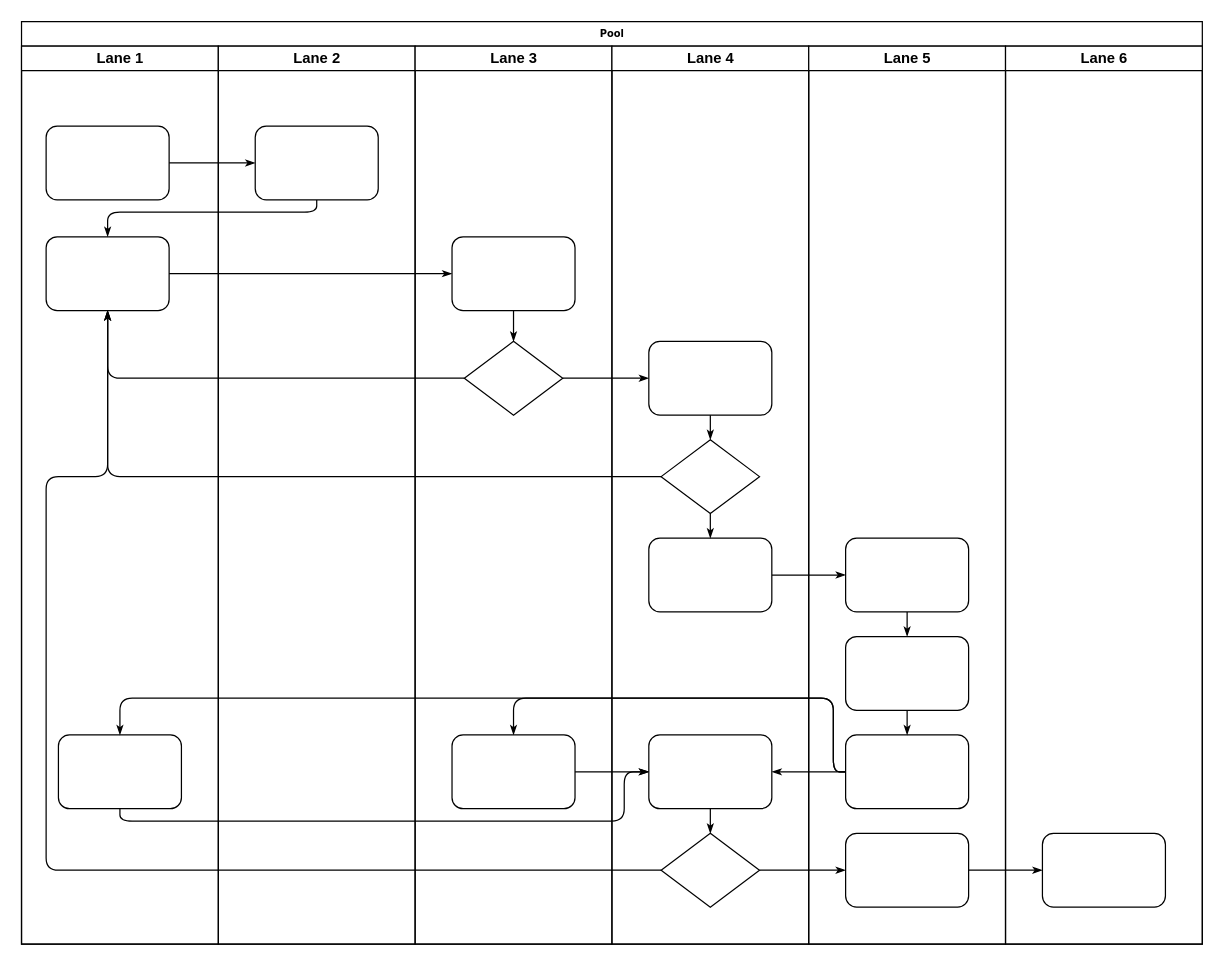
Earlier version of the draw.io diagram SIG组权限划分.drawio (Zeno-sole/drawio-file). Source tidied: cells renumbered, new cells numbered last; positions are measured from the earlier drawing's top-left corner, leaving out a move shared by most shapes. Both pictures are drawn from the tidied source at 123%, with x=0, y=0 at pixel (21, 21).
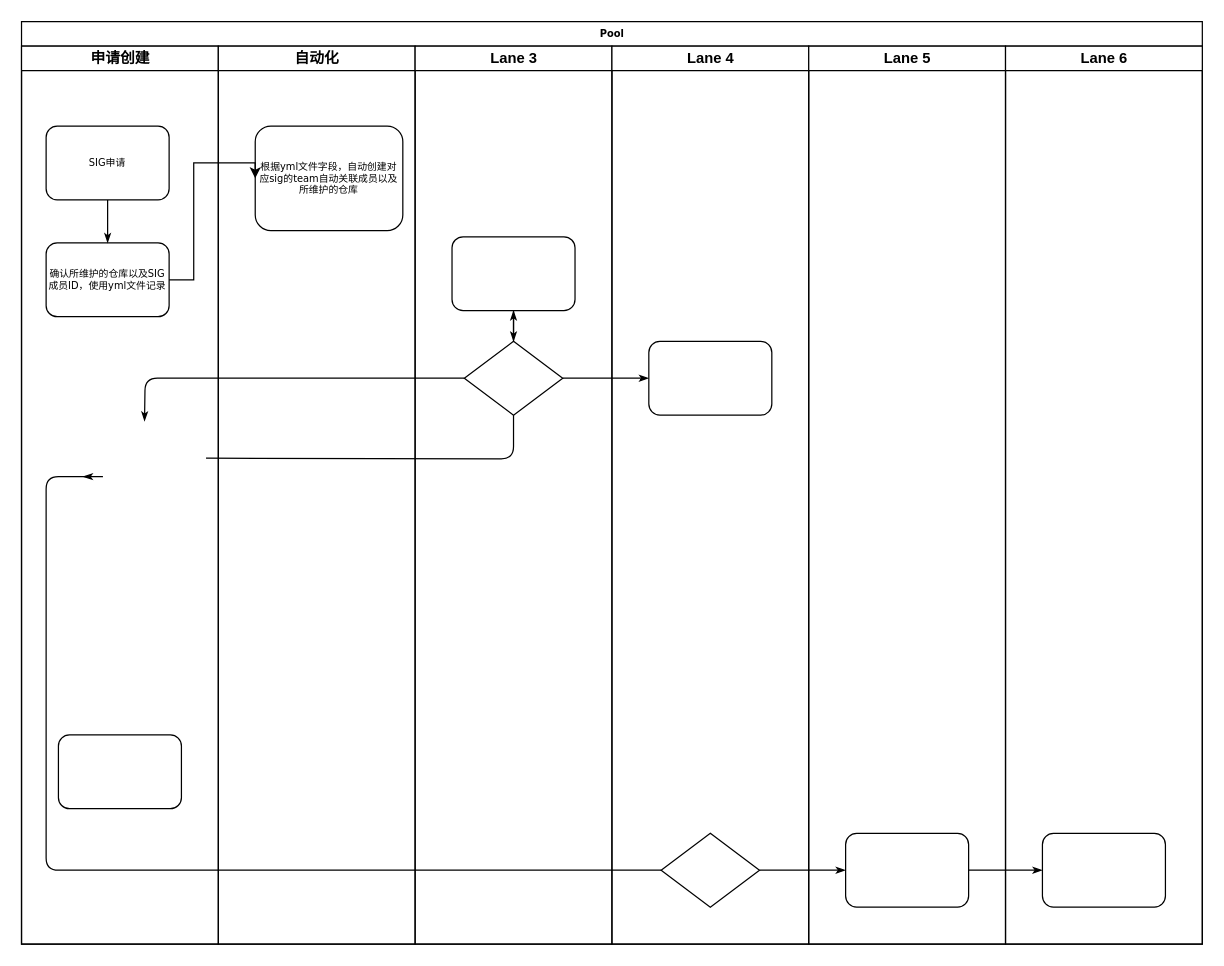
After the change.

Commit message:
更新SIG组权限划分.drawio

The change refers to these unchanged cells:
```xml
<mxCell id="2" value="Pool" style="swimlane;html=1;startSize=20;rounded=0;shadow=0;labelBackgroundColor=none;strokeWidth=1;fontFamily=Verdana;fontSize=8;align=center;" parent="1" vertex="1">
  <mxGeometry width="960" height="750" as="geometry" />
</mxCell>
<mxCell id="6" style="rounded=1;whiteSpace=wrap;html=1;shadow=0;labelBackgroundColor=none;strokeWidth=1;fontFamily=Verdana;fontSize=8;align=center;" parent="3" vertex="1">
  <mxGeometry x="30" y="560" width="100" height="60" as="geometry" />
</mxCell>
<mxCell id="24" value="Lane 3" style="swimlane;html=1;startSize=20;" parent="2" vertex="1">
  <mxGeometry x="320" y="20" width="160" height="730" as="geometry" />
</mxCell>
<mxCell id="25" style="rounded=1;whiteSpace=wrap;html=1;shadow=0;labelBackgroundColor=none;strokeWidth=1;fontFamily=Verdana;fontSize=8;align=center;" parent="24" vertex="1">
  <mxGeometry x="30" y="155" width="100" height="60" as="geometry" />
</mxCell>
<mxCell id="26" style="rhombus;whiteSpace=wrap;html=1;rounded=0;shadow=0;labelBackgroundColor=none;strokeWidth=1;fontFamily=Verdana;fontSize=8;align=center;" parent="24" vertex="1">
  <mxGeometry x="40" y="240" width="80" height="60" as="geometry" />
</mxCell>
<mxCell id="29" value="Lane 4" style="swimlane;html=1;startSize=20;" parent="2" vertex="1">
  <mxGeometry x="480" y="20" width="160" height="730" as="geometry" />
</mxCell>
<mxCell id="30" style="rounded=1;whiteSpace=wrap;html=1;shadow=0;labelBackgroundColor=none;strokeWidth=1;fontFamily=Verdana;fontSize=8;align=center;" parent="29" vertex="1">
  <mxGeometry x="30" y="240" width="100" height="60" as="geometry" />
</mxCell>
<mxCell id="34" style="rhombus;whiteSpace=wrap;html=1;rounded=0;shadow=0;labelBackgroundColor=none;strokeWidth=1;fontFamily=Verdana;fontSize=8;align=center;" parent="29" vertex="1">
  <mxGeometry x="40" y="640" width="80" height="60" as="geometry" />
</mxCell>
<mxCell id="38" value="Lane 5" style="swimlane;html=1;startSize=20;" parent="2" vertex="1">
  <mxGeometry x="640" y="20" width="160" height="730" as="geometry" />
</mxCell>
```

What changed in the source:
```diff
@@
-    <mxCell id="3" value="Lane 1" style="swimlane;html=1;startSize=20;" parent="2" vertex="1">
+    <mxCell id="3" value="申请创建" style="swimlane;html=1;startSize=20;" parent="2" vertex="1">
       <mxGeometry y="20" width="160" height="730" as="geometry" />
     </mxCell>
-    <mxCell id="4" style="rounded=1;whiteSpace=wrap;html=1;shadow=0;labelBackgroundColor=none;strokeWidth=1;fontFamily=Verdana;fontSize=8;align=center;" parent="3" vertex="1">
+    <mxCell id="4" value="SIG申请" style="rounded=1;whiteSpace=wrap;html=1;shadow=0;labelBackgroundColor=none;strokeWidth=1;fontFamily=Verdana;fontSize=8;align=center;" parent="3" vertex="1">
       <mxGeometry x="20" y="65" width="100" height="60" as="geometry" />
     </mxCell>
-    <mxCell id="5" style="rounded=1;whiteSpace=wrap;html=1;shadow=0;labelBackgroundColor=none;strokeWidth=1;fontFamily=Verdana;fontSize=8;align=center;" parent="3" vertex="1">
-      <mxGeometry x="20" y="155" width="100" height="60" as="geometry" />
-    </mxCell>
@@
+    <mxCell id="23" value="确认所维护的仓库以及SIG成员ID，使用yml文件记录" style="rounded=1;whiteSpace=wrap;html=1;shadow=0;labelBackgroundColor=none;strokeWidth=1;fontFamily=Verdana;fontSize=8;align=center;" parent="3" vertex="1">
+      <mxGeometry x="20" y="160" width="100" height="60" as="geometry" />
+    </mxCell>
-    <mxCell id="7" style="edgeStyle=orthogonalEdgeStyle;rounded=1;html=1;labelBackgroundColor=none;startArrow=none;startFill=0;startSize=5;endArrow=classicThin;endFill=1;endSize=5;jettySize=auto;strokeWidth=1;fontFamily=Verdana;fontSize=8;" parent="2" edge="1" source="4" target="23">
+    <mxCell id="7" style="edgeStyle=orthogonalEdgeStyle;rounded=1;html=1;labelBackgroundColor=none;startArrow=none;startFill=0;startSize=5;endArrow=classicThin;endFill=1;endSize=5;jettySize=auto;strokeWidth=1;fontFamily=Verdana;fontSize=8;" parent="3" edge="1" source="4" target="23">
       <mxGeometry relative="1" as="geometry" />
     </mxCell>
-    <mxCell id="8" style="edgeStyle=orthogonalEdgeStyle;rounded=1;html=1;labelBackgroundColor=none;startArrow=none;startFill=0;startSize=5;endArrow=classicThin;endFill=1;endSize=5;jettySize=auto;strokeWidth=1;fontFamily=Verdana;fontSize=8;" parent="2" edge="1" source="23" target="5">
-      <mxGeometry relative="1" as="geometry">
-        <Array as="points">
-          <mxPoint x="240" y="155" />
-          <mxPoint x="70" y="155" />
-        </Array>
-      </mxGeometry>
-    </mxCell>
-    <mxCell id="9" style="edgeStyle=orthogonalEdgeStyle;rounded=1;html=1;labelBackgroundColor=none;startArrow=none;startFill=0;startSize=5;endArrow=classicThin;endFill=1;endSize=5;jettySize=auto;strokeWidth=1;fontFamily=Verdana;fontSize=8;" parent="2" edge="1" source="5" target="25">
-      <mxGeometry relative="1" as="geometry" />
+    <mxCell id="9" style="edgeStyle=orthogonalEdgeStyle;rounded=1;html=1;labelBackgroundColor=none;startArrow=none;startFill=0;startSize=5;endArrow=classicThin;endFill=1;endSize=5;jettySize=auto;strokeWidth=1;fontFamily=Verdana;fontSize=8;" parent="2" edge="1" target="25">
+      <mxGeometry relative="1" as="geometry">
+        <mxPoint x="150" y="355" as="sourcePoint" />
+      </mxGeometry>
     </mxCell>
-    <mxCell id="10" style="edgeStyle=orthogonalEdgeStyle;rounded=1;html=1;labelBackgroundColor=none;startArrow=none;startFill=0;startSize=5;endArrow=classicThin;endFill=1;endSize=5;jettySize=auto;strokeWidth=1;fontFamily=Verdana;fontSize=8;" parent="2" edge="1" source="26" target="5">
-      <mxGeometry relative="1" as="geometry" />
+    <mxCell id="10" style="edgeStyle=orthogonalEdgeStyle;rounded=1;html=1;labelBackgroundColor=none;startArrow=none;startFill=0;startSize=5;endArrow=classicThin;endFill=1;endSize=5;jettySize=auto;strokeWidth=1;fontFamily=Verdana;fontSize=8;" parent="2" edge="1" source="26">
+      <mxGeometry relative="1" as="geometry">
+        <mxPoint x="100" y="325" as="targetPoint" />
+      </mxGeometry>
     </mxCell>
-    <mxCell id="11" style="edgeStyle=orthogonalEdgeStyle;rounded=1;html=1;labelBackgroundColor=none;startArrow=none;startFill=0;startSize=5;endArrow=classicThin;endFill=1;endSize=5;jettySize=auto;strokeWidth=1;fontFamily=Verdana;fontSize=8;" parent="2" edge="1" source="31" target="5">
-      <mxGeometry relative="1" as="geometry" />
-    </mxCell>
-    <mxCell id="12" style="edgeStyle=orthogonalEdgeStyle;rounded=1;html=1;labelBackgroundColor=none;startArrow=none;startFill=0;startSize=5;endArrow=classicThin;endFill=1;endSize=5;jettySize=auto;strokeWidth=1;fontFamily=Verdana;fontSize=8;" parent="2" edge="1" source="34" target="5">
+    <mxCell id="12" style="edgeStyle=orthogonalEdgeStyle;rounded=1;html=1;labelBackgroundColor=none;startArrow=none;startFill=0;startSize=5;endArrow=classicThin;endFill=1;endSize=5;jettySize=auto;strokeWidth=1;fontFamily=Verdana;fontSize=8;" parent="2" edge="1" source="34">
       <mxGeometry relative="1" as="geometry">
+        <mxPoint x="50" y="370" as="targetPoint" />
         <Array as="points">
           <mxPoint x="20" y="690" />
           <mxPoint x="20" y="370" />
           <mxPoint x="70" y="370" />
         </Array>
       </mxGeometry>
     </mxCell>
@@
-    <mxCell id="16" style="edgeStyle=orthogonalEdgeStyle;rounded=1;html=1;labelBackgroundColor=none;startArrow=none;startFill=0;startSize=5;endArrow=classicThin;endFill=1;endSize=5;jettySize=auto;strokeWidth=1;fontFamily=Verdana;fontSize=8;" parent="2" edge="1" source="32" target="39">
-      <mxGeometry relative="1" as="geometry" />
-    </mxCell>
-    <mxCell id="17" style="edgeStyle=orthogonalEdgeStyle;rounded=1;html=1;labelBackgroundColor=none;startArrow=none;startFill=0;startSize=5;endArrow=classicThin;endFill=1;endSize=5;jettySize=auto;strokeWidth=1;fontFamily=Verdana;fontSize=8;" parent="2" edge="1" source="41" target="27">
-      <mxGeometry relative="1" as="geometry">
-        <Array as="points">
-          <mxPoint x="660" y="610" />
-          <mxPoint x="660" y="550" />
-          <mxPoint x="400" y="550" />
-        </Array>
-      </mxGeometry>
-    </mxCell>
-    <mxCell id="18" style="edgeStyle=orthogonalEdgeStyle;rounded=1;html=1;labelBackgroundColor=none;startArrow=none;startFill=0;startSize=5;endArrow=classicThin;endFill=1;endSize=5;jettySize=auto;strokeColor=#000000;strokeWidth=1;fontFamily=Verdana;fontSize=8;fontColor=#000000;" parent="2" edge="1" source="41" target="33">
-      <mxGeometry relative="1" as="geometry" />
-    </mxCell>
-    <mxCell id="19" style="edgeStyle=orthogonalEdgeStyle;rounded=1;html=1;labelBackgroundColor=none;startArrow=none;startFill=0;startSize=5;endArrow=classicThin;endFill=1;endSize=5;jettySize=auto;strokeWidth=1;fontFamily=Verdana;fontSize=8;" parent="2" edge="1" source="41" target="6">
-      <mxGeometry relative="1" as="geometry">
-        <Array as="points">
-          <mxPoint x="660" y="610" />
-          <mxPoint x="660" y="550" />
-          <mxPoint x="80" y="550" />
-        </Array>
-      </mxGeometry>
-    </mxCell>
-    <mxCell id="20" style="edgeStyle=orthogonalEdgeStyle;rounded=1;html=1;labelBackgroundColor=none;startArrow=none;startFill=0;startSize=5;endArrow=classicThin;endFill=1;endSize=5;jettySize=auto;strokeWidth=1;fontFamily=Verdana;fontSize=8;" parent="2" edge="1" source="6" target="33">
-      <mxGeometry relative="1" as="geometry">
-        <Array as="points">
-          <mxPoint x="80" y="650" />
-          <mxPoint x="490" y="650" />
-          <mxPoint x="490" y="610" />
-        </Array>
-      </mxGeometry>
-    </mxCell>
-    <mxCell id="21" style="edgeStyle=orthogonalEdgeStyle;rounded=1;html=1;labelBackgroundColor=none;startArrow=none;startFill=0;startSize=5;endArrow=classicThin;endFill=1;endSize=5;jettySize=auto;strokeWidth=1;fontFamily=Verdana;fontSize=8;" parent="2" edge="1" source="27" target="33">
-      <mxGeometry relative="1" as="geometry" />
-    </mxCell>
-    <mxCell id="22" value="Lane 2" style="swimlane;html=1;startSize=20;" parent="2" vertex="1">
+    <mxCell id="22" value="自动化" style="swimlane;html=1;startSize=20;" parent="2" vertex="1">
       <mxGeometry x="160" y="20" width="160" height="730" as="geometry" />
     </mxCell>
-    <mxCell id="23" style="rounded=1;whiteSpace=wrap;html=1;shadow=0;labelBackgroundColor=none;strokeWidth=1;fontFamily=Verdana;fontSize=8;align=center;" parent="22" vertex="1">
-      <mxGeometry x="30" y="65" width="100" height="60" as="geometry" />
-    </mxCell>
+    <mxCell id="47" value="根据yml文件字段，自动创建对应sig的team自动关联成员以及所维护的仓库" style="rounded=1;whiteSpace=wrap;html=1;shadow=0;labelBackgroundColor=none;strokeWidth=1;fontFamily=Verdana;fontSize=8;align=center;" parent="22" vertex="1">
+      <mxGeometry x="30" y="65" width="120" height="85" as="geometry" />
+    </mxCell>
@@
-    <mxCell id="27" style="rounded=1;whiteSpace=wrap;html=1;shadow=0;labelBackgroundColor=none;strokeWidth=1;fontFamily=Verdana;fontSize=8;align=center;" parent="24" vertex="1">
-      <mxGeometry x="30" y="560" width="100" height="60" as="geometry" />
-    </mxCell>
@@
-    <mxCell id="31" style="rhombus;whiteSpace=wrap;html=1;rounded=0;shadow=0;labelBackgroundColor=none;strokeWidth=1;fontFamily=Verdana;fontSize=8;align=center;" parent="29" vertex="1">
-      <mxGeometry x="40" y="320" width="80" height="60" as="geometry" />
-    </mxCell>
-    <mxCell id="32" style="rounded=1;whiteSpace=wrap;html=1;shadow=0;labelBackgroundColor=none;strokeWidth=1;fontFamily=Verdana;fontSize=8;align=center;" parent="29" vertex="1">
-      <mxGeometry x="30" y="400" width="100" height="60" as="geometry" />
-    </mxCell>
-    <mxCell id="33" style="rounded=1;whiteSpace=wrap;html=1;shadow=0;labelBackgroundColor=none;strokeWidth=1;fontFamily=Verdana;fontSize=8;align=center;" parent="29" vertex="1">
-      <mxGeometry x="30" y="560" width="100" height="60" as="geometry" />
-    </mxCell>
@@
-    <mxCell id="35" style="edgeStyle=orthogonalEdgeStyle;rounded=1;html=1;labelBackgroundColor=none;startArrow=none;startFill=0;startSize=5;endArrow=classicThin;endFill=1;endSize=5;jettySize=auto;strokeColor=#000000;strokeWidth=1;fontFamily=Verdana;fontSize=8;fontColor=#000000;" parent="29" edge="1" source="30" target="31">
-      <mxGeometry relative="1" as="geometry" />
-    </mxCell>
-    <mxCell id="36" style="edgeStyle=orthogonalEdgeStyle;rounded=1;html=1;labelBackgroundColor=none;startArrow=none;startFill=0;startSize=5;endArrow=classicThin;endFill=1;endSize=5;jettySize=auto;strokeWidth=1;fontFamily=Verdana;fontSize=8;" parent="29" edge="1" source="31" target="32">
-      <mxGeometry relative="1" as="geometry" />
-    </mxCell>
-    <mxCell id="37" style="edgeStyle=orthogonalEdgeStyle;rounded=1;html=1;labelBackgroundColor=none;startArrow=none;startFill=0;startSize=5;endArrow=classicThin;endFill=1;endSize=5;jettySize=auto;strokeWidth=1;fontFamily=Verdana;fontSize=8;" parent="29" edge="1" source="33" target="34">
-      <mxGeometry relative="1" as="geometry" />
-    </mxCell>
@@
-    <mxCell id="39" style="rounded=1;whiteSpace=wrap;html=1;shadow=0;labelBackgroundColor=none;strokeWidth=1;fontFamily=Verdana;fontSize=8;align=center;" parent="38" vertex="1">
-      <mxGeometry x="30" y="400" width="100" height="60" as="geometry" />
-    </mxCell>
-    <mxCell id="40" style="rounded=1;whiteSpace=wrap;html=1;shadow=0;labelBackgroundColor=none;strokeWidth=1;fontFamily=Verdana;fontSize=8;align=center;" parent="38" vertex="1">
-      <mxGeometry x="30" y="480" width="100" height="60" as="geometry" />
-    </mxCell>
-    <mxCell id="41" style="rounded=1;whiteSpace=wrap;html=1;shadow=0;labelBackgroundColor=none;strokeWidth=1;fontFamily=Verdana;fontSize=8;align=center;" parent="38" vertex="1">
-      <mxGeometry x="30" y="560" width="100" height="60" as="geometry" />
-    </mxCell>
@@
-    <mxCell id="43" style="edgeStyle=orthogonalEdgeStyle;rounded=1;html=1;labelBackgroundColor=none;startArrow=none;startFill=0;startSize=5;endArrow=classicThin;endFill=1;endSize=5;jettySize=auto;strokeWidth=1;fontFamily=Verdana;fontSize=8;" parent="38" edge="1" source="39" target="40">
-      <mxGeometry relative="1" as="geometry" />
-    </mxCell>
-    <mxCell id="44" style="edgeStyle=orthogonalEdgeStyle;rounded=1;html=1;labelBackgroundColor=none;startArrow=none;startFill=0;startSize=5;endArrow=classicThin;endFill=1;endSize=5;jettySize=auto;strokeWidth=1;fontFamily=Verdana;fontSize=8;" parent="38" edge="1" source="40" target="41">
-      <mxGeometry relative="1" as="geometry" />
-    </mxCell>
@@
+    <mxCell id="48" style="edgeStyle=orthogonalEdgeStyle;rounded=0;jettySize=auto;html=1;exitX=1;exitY=0.5;exitDx=0;exitDy=0;entryX=0;entryY=0.5;entryDx=0;entryDy=0;" parent="2" edge="1" source="23" target="47">
+      <mxGeometry relative="1" as="geometry">
+        <Array as="points">
+          <mxPoint x="140" y="210" />
+          <mxPoint x="140" y="115" />
+        </Array>
+      </mxGeometry>
+    </mxCell>
```
